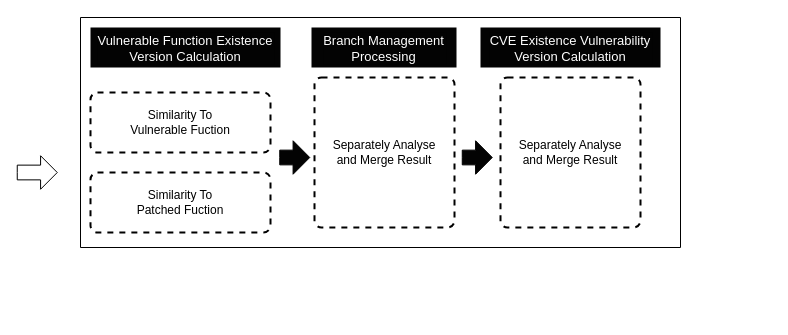
This is Untitled Diagram.drawio from sunSUNQ/Java_learning, a draw.io file, before an edit. Source tidied: cells renumbered, new cells numbered last; positions are measured from the earlier drawing's top-left corner, leaving out a move shared by most shapes. Both pictures are drawn from the tidied source at 100%, with x=0, y=0 at pixel (20, 17).
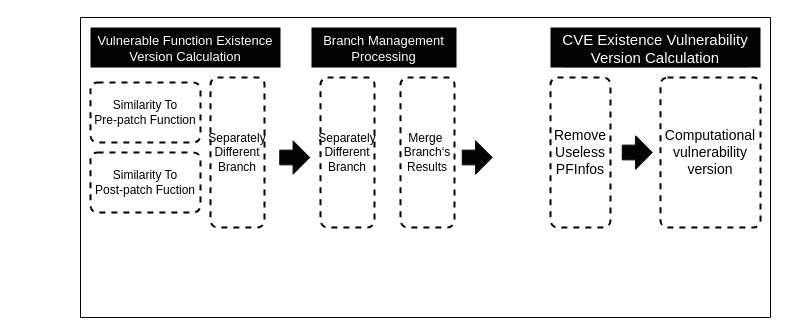
The same page after the edit.

Diff of the diagram source:
```diff
@@
 <mxGraphModel>
   <root>
     <mxCell id="0" />
     <mxCell id="1" parent="0" />
     <mxCell id="2" style="verticalLabelPosition=bottom;verticalAlign=top;html=1;shape=mxgraph.basic.rect;fillColor2=none;strokeWidth=1;size=20;indent=5;rounded=0;glass=0;" parent="1" vertex="1">
-      <mxGeometry x="60" width="600" height="230" as="geometry" />
+      <mxGeometry x="60" width="690" height="300" as="geometry" />
     </mxCell>
-    <mxCell id="3" style="html=1;shadow=0;dashed=0;align=center;verticalAlign=middle;shape=mxgraph.arrows2.arrow;dy=0.56;dx=16.67;direction=south;notch=0;rounded=0;glass=0;rotation=-90;" parent="1" vertex="1">
-      <mxGeometry y="135" width="33.5" height="40" as="geometry" />
-    </mxCell>
     <mxCell id="4" value="Vulnerable Function Existence &#10;Version Calculation" style="text;strokeColor=none;fillColor=#030303;align=center;verticalAlign=middle;spacingLeft=4;spacingRight=4;overflow=hidden;rounded=0;shadow=0;glass=0;dashed=1;sketch=0;labelBackgroundColor=#030303;fontColor=#FFFFFF;fontSize=13;" parent="1" vertex="1">
       <mxGeometry x="70" y="10" width="190" height="40" as="geometry" />
     </mxCell>
-    <mxCell id="5" value="Similarity To&lt;br&gt;Vulnerable Fuction" style="rounded=1;whiteSpace=wrap;html=1;absoluteArcSize=1;arcSize=14;strokeWidth=2;shadow=0;glass=0;sketch=0;dashed=1;" parent="1" vertex="1">
-      <mxGeometry x="70" y="75" width="180" height="60" as="geometry" />
+    <mxCell id="5" value="Similarity To&lt;br&gt;Pre-patch Function" style="rounded=1;whiteSpace=wrap;html=1;absoluteArcSize=1;arcSize=14;strokeWidth=2;shadow=0;glass=0;sketch=0;dashed=1;" parent="1" vertex="1">
+      <mxGeometry x="70" y="65" width="110" height="60" as="geometry" />
     </mxCell>
-    <mxCell id="6" value="Separately Analyse&lt;br&gt;and Merge Result" style="rounded=1;whiteSpace=wrap;html=1;absoluteArcSize=1;arcSize=14;strokeWidth=2;shadow=0;glass=0;sketch=0;dashed=1;" parent="1" vertex="1">
-      <mxGeometry x="294" y="60" width="140" height="150" as="geometry" />
+    <mxCell id="6" value="Merge&amp;nbsp;&lt;br&gt;Branch‘s&lt;br&gt;Results" style="rounded=1;whiteSpace=wrap;html=1;absoluteArcSize=1;arcSize=14;strokeWidth=2;shadow=0;glass=0;sketch=0;dashed=1;" parent="1" vertex="1">
+      <mxGeometry x="380" y="60" width="54" height="150" as="geometry" />
     </mxCell>
     <mxCell id="7" style="html=1;shadow=0;dashed=0;align=center;verticalAlign=middle;shape=mxgraph.arrows2.arrow;dy=0.56;dx=16.67;direction=south;notch=0;rounded=0;glass=0;rotation=-90;labelBackgroundColor=#080808;labelBorderColor=default;fillColor=#030303;" parent="1" vertex="1">
       <mxGeometry x="440" y="125" width="33.5" height="30" as="geometry" />
     </mxCell>
     <mxCell id="8" value="Branch Management &#10;Processing" style="text;strokeColor=none;fillColor=#030303;align=center;verticalAlign=middle;spacingLeft=4;spacingRight=4;overflow=hidden;rounded=0;shadow=0;glass=0;dashed=1;sketch=0;labelBackgroundColor=#030303;fontColor=#FFFFFF;fontSize=13;" parent="1" vertex="1">
       <mxGeometry x="291" y="10" width="145" height="40" as="geometry" />
     </mxCell>
-    <mxCell id="9" value="CVE Existence Vulnerability &#10;Version Calculation" style="text;strokeColor=none;fillColor=#030303;align=center;verticalAlign=middle;spacingLeft=4;spacingRight=4;overflow=hidden;rounded=0;shadow=0;glass=0;dashed=1;sketch=0;labelBackgroundColor=#030303;fontColor=#FFFFFF;fontSize=13;" parent="1" vertex="1">
-      <mxGeometry x="460" y="10" width="180" height="40" as="geometry" />
+    <mxCell id="9" value="CVE Existence Vulnerability &#10;Version Calculation" style="text;strokeColor=none;fillColor=#030303;align=center;verticalAlign=middle;spacingLeft=4;spacingRight=4;overflow=hidden;rounded=0;shadow=0;glass=0;dashed=1;sketch=0;labelBackgroundColor=#030303;fontColor=#FFFFFF;fontSize=15;" parent="1" vertex="1">
+      <mxGeometry x="530" y="10" width="210" height="40" as="geometry" />
     </mxCell>
     <mxCell id="10" style="html=1;shadow=0;dashed=0;align=center;verticalAlign=middle;shape=mxgraph.arrows2.arrow;dy=0.56;dx=16.67;direction=south;notch=0;rounded=0;glass=0;rotation=-90;labelBackgroundColor=#080808;labelBorderColor=default;fillColor=#030303;" parent="1" vertex="1">
       <mxGeometry x="257.5" y="125" width="33.5" height="30" as="geometry" />
     </mxCell>
-    <mxCell id="11" value="Separately Analyse&lt;br&gt;and Merge Result" style="rounded=1;whiteSpace=wrap;html=1;absoluteArcSize=1;arcSize=14;strokeWidth=2;shadow=0;glass=0;sketch=0;dashed=1;" parent="1" vertex="1">
-      <mxGeometry x="480" y="60" width="140" height="150" as="geometry" />
+    <mxCell id="11" value="Remove&lt;br style=&quot;font-size: 14px;&quot;&gt;Useless&lt;br style=&quot;font-size: 14px;&quot;&gt;PFInfos" style="rounded=1;whiteSpace=wrap;html=1;absoluteArcSize=1;arcSize=14;strokeWidth=2;shadow=0;glass=0;sketch=0;dashed=1;fontSize=14;" parent="1" vertex="1">
+      <mxGeometry x="530" y="60" width="60" height="150" as="geometry" />
     </mxCell>
-    <mxCell id="12" value="Similarity To&lt;br&gt;Patched Fuction" style="rounded=1;whiteSpace=wrap;html=1;absoluteArcSize=1;arcSize=14;strokeWidth=2;shadow=0;glass=0;sketch=0;dashed=1;" parent="1" vertex="1">
-      <mxGeometry x="70" y="155" width="180" height="60" as="geometry" />
+    <mxCell id="12" value="Similarity To&lt;br&gt;Post-patch Fuction" style="rounded=1;whiteSpace=wrap;html=1;absoluteArcSize=1;arcSize=14;strokeWidth=2;shadow=0;glass=0;sketch=0;dashed=1;" parent="1" vertex="1">
+      <mxGeometry x="70" y="135" width="110" height="60" as="geometry" />
     </mxCell>
+    <mxCell id="13" value="&lt;span style=&quot;font-size: 14px;&quot;&gt;Computational vulnerability version&lt;/span&gt;" style="rounded=1;whiteSpace=wrap;html=1;absoluteArcSize=1;arcSize=14;strokeWidth=2;shadow=0;glass=0;sketch=0;dashed=1;fontSize=14;" parent="1" vertex="1">
+      <mxGeometry x="640" y="60" width="100" height="150" as="geometry" />
+    </mxCell>
+    <mxCell id="14" value="Separately Different&lt;br&gt;Branch" style="rounded=1;whiteSpace=wrap;html=1;absoluteArcSize=1;arcSize=14;strokeWidth=2;shadow=0;glass=0;sketch=0;dashed=1;verticalAlign=middle;" parent="1" vertex="1">
+      <mxGeometry x="300" y="60" width="54" height="150" as="geometry" />
+    </mxCell>
+    <mxCell id="15" value="Separately Different&lt;br&gt;Branch" style="rounded=1;whiteSpace=wrap;html=1;absoluteArcSize=1;arcSize=14;strokeWidth=2;shadow=0;glass=0;sketch=0;dashed=1;verticalAlign=middle;" parent="1" vertex="1">
+      <mxGeometry x="190" y="60" width="54" height="150" as="geometry" />
+    </mxCell>
+    <mxCell id="16" style="html=1;shadow=0;dashed=0;align=center;verticalAlign=middle;shape=mxgraph.arrows2.arrow;dy=0.56;dx=16.67;direction=south;notch=0;rounded=0;glass=0;rotation=-90;labelBackgroundColor=#080808;labelBorderColor=default;fillColor=#030303;" parent="1" vertex="1">
+      <mxGeometry x="600" y="120" width="33.5" height="30" as="geometry" />
+    </mxCell>
   </root>
 </mxGraphModel>
```
